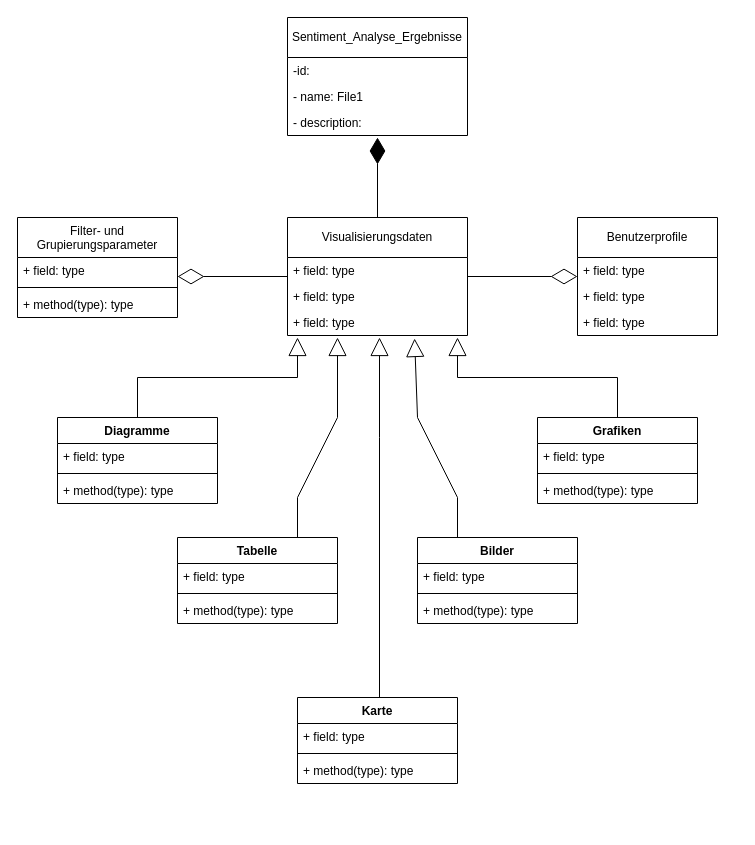
Above: Unbenanntes Diagramm.drawio in AniytaK/hello-world (draw.io), before the change. Source tidied: cells renumbered, new cells numbered last; positions are measured from the earlier drawing's top-left corner, leaving out a move shared by most shapes. Both pictures are drawn from the tidied source at 100%, with x=0, y=0 at pixel (17, 17).
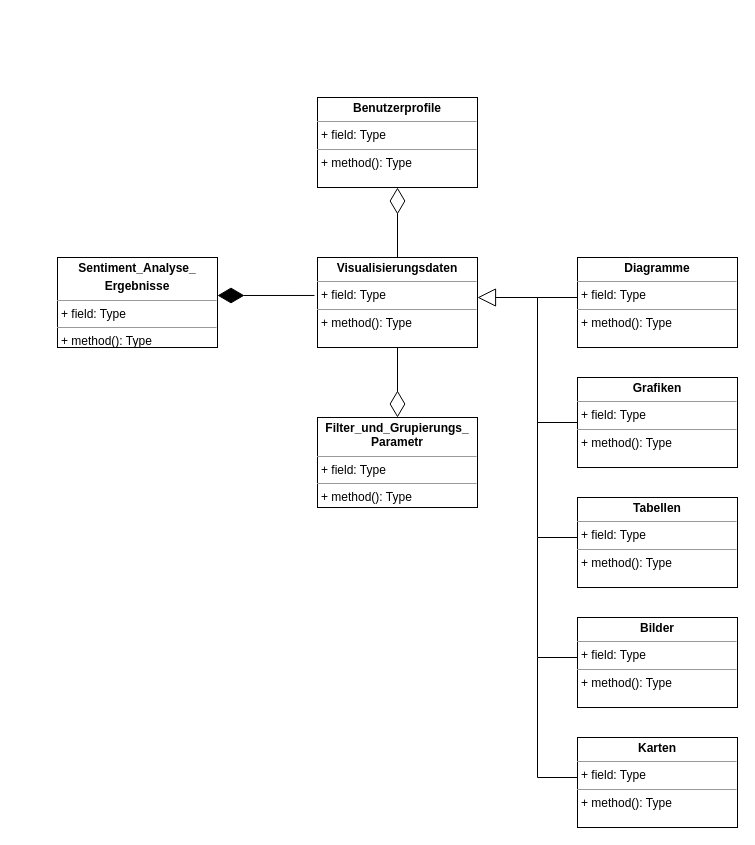
The same diagram, later.

The edit, as a diff of the source:
```diff
@@
-    <mxCell id="2" value="Visualisierungsdaten" style="swimlane;fontStyle=0;horizontal=1;startSize=40;fillColor=none;whiteSpace=wrap;html=1;" parent="1" vertex="1">
-      <mxGeometry x="270" y="200" width="180" height="118" as="geometry" />
-    </mxCell>
-    <mxCell id="3" value="+ field: type" style="text;strokeColor=none;fillColor=none;align=left;verticalAlign=top;spacingLeft=4;spacingRight=4;overflow=hidden;whiteSpace=wrap;html=1;" parent="2" vertex="1">
-      <mxGeometry y="40" width="180" height="26" as="geometry" />
-    </mxCell>
-    <mxCell id="4" value="+ field: type" style="text;strokeColor=none;fillColor=none;align=left;verticalAlign=top;spacingLeft=4;spacingRight=4;overflow=hidden;whiteSpace=wrap;html=1;" parent="2" vertex="1">
-      <mxGeometry y="66" width="180" height="26" as="geometry" />
-    </mxCell>
-    <mxCell id="5" value="+ field: type" style="text;strokeColor=none;fillColor=none;align=left;verticalAlign=top;spacingLeft=4;spacingRight=4;overflow=hidden;points=[[0,0.5],[1,0.5]];portConstraint=eastwest;whiteSpace=wrap;html=1;" parent="2" vertex="1">
-      <mxGeometry y="92" width="180" height="26" as="geometry" />
-    </mxCell>
-    <mxCell id="6" value="Sentiment_Analyse_Ergebnisse" style="swimlane;fontStyle=0;horizontal=1;startSize=40;fillColor=none;whiteSpace=wrap;html=1;" parent="1" vertex="1">
-      <mxGeometry x="270" width="180" height="118" as="geometry" />
-    </mxCell>
-    <mxCell id="7" value="-id:" style="text;strokeColor=none;fillColor=none;align=left;verticalAlign=top;spacingLeft=4;spacingRight=4;overflow=hidden;whiteSpace=wrap;html=1;" parent="6" vertex="1">
-      <mxGeometry y="40" width="180" height="26" as="geometry" />
-    </mxCell>
-    <mxCell id="8" value="- name: File1" style="text;strokeColor=none;fillColor=none;align=left;verticalAlign=top;spacingLeft=4;spacingRight=4;overflow=hidden;whiteSpace=wrap;html=1;" parent="6" vertex="1">
-      <mxGeometry y="66" width="180" height="26" as="geometry" />
-    </mxCell>
-    <mxCell id="9" value="- description:&amp;nbsp;" style="text;strokeColor=none;fillColor=none;align=left;verticalAlign=top;spacingLeft=4;spacingRight=4;overflow=hidden;whiteSpace=wrap;html=1;" parent="6" vertex="1">
-      <mxGeometry y="92" width="180" height="26" as="geometry" />
-    </mxCell>
-    <mxCell id="10" value="Benutzerprofile" style="swimlane;fontStyle=0;horizontal=1;startSize=40;fillColor=none;whiteSpace=wrap;html=1;" parent="1" vertex="1">
-      <mxGeometry x="560" y="200" width="140" height="118" as="geometry" />
-    </mxCell>
-    <mxCell id="11" value="+ field: type" style="text;strokeColor=none;fillColor=none;align=left;verticalAlign=top;spacingLeft=4;spacingRight=4;overflow=hidden;whiteSpace=wrap;html=1;" parent="10" vertex="1">
-      <mxGeometry y="40" width="140" height="26" as="geometry" />
-    </mxCell>
-    <mxCell id="12" value="+ field: type" style="text;strokeColor=none;fillColor=none;align=left;verticalAlign=top;spacingLeft=4;spacingRight=4;overflow=hidden;whiteSpace=wrap;html=1;" parent="10" vertex="1">
-      <mxGeometry y="66" width="140" height="26" as="geometry" />
-    </mxCell>
-    <mxCell id="13" value="+ field: type" style="text;strokeColor=none;fillColor=none;align=left;verticalAlign=top;spacingLeft=4;spacingRight=4;overflow=hidden;whiteSpace=wrap;html=1;" parent="10" vertex="1">
-      <mxGeometry y="92" width="140" height="26" as="geometry" />
-    </mxCell>
-    <mxCell id="14" style="endArrow=diamondThin;endFill=1;endSize=24;html=1;rounded=0;" parent="1" edge="1">
-      <mxGeometry relative="1" as="geometry">
-        <mxPoint x="360" y="200" as="sourcePoint" />
-        <mxPoint x="360" y="120" as="targetPoint" />
-      </mxGeometry>
-    </mxCell>
-    <mxCell id="15" style="endArrow=diamondThin;endFill=0;endSize=24;html=1;rounded=0;" parent="1" edge="1">
-      <mxGeometry relative="1" as="geometry">
-        <mxPoint x="450" y="259" as="sourcePoint" />
-        <mxPoint x="560" y="259" as="targetPoint" />
-      </mxGeometry>
-    </mxCell>
-    <mxCell id="16" value="&lt;span style=&quot;font-weight: normal;&quot;&gt;Filter- und Grupierungsparameter&lt;/span&gt;" style="swimlane;fontStyle=1;align=center;verticalAlign=top;horizontal=1;startSize=40;whiteSpace=wrap;html=1;" parent="1" vertex="1">
-      <mxGeometry y="200" width="160" height="100" as="geometry" />
-    </mxCell>
-    <mxCell id="17" value="+ field: type" style="text;strokeColor=none;fillColor=none;align=left;verticalAlign=top;spacingLeft=4;spacingRight=4;overflow=hidden;whiteSpace=wrap;html=1;" parent="16" vertex="1">
-      <mxGeometry y="40" width="160" height="26" as="geometry" />
-    </mxCell>
-    <mxCell id="18" style="line;strokeWidth=1;fillColor=none;align=left;verticalAlign=middle;spacingTop=-1;spacingLeft=3;spacingRight=3;labelPosition=right;strokeColor=inherit;" parent="16" vertex="1">
-      <mxGeometry y="66" width="160" height="8" as="geometry" />
-    </mxCell>
-    <mxCell id="19" value="+ method(type): type" style="text;strokeColor=none;fillColor=none;align=left;verticalAlign=top;spacingLeft=4;spacingRight=4;overflow=hidden;whiteSpace=wrap;html=1;" parent="16" vertex="1">
-      <mxGeometry y="74" width="160" height="26" as="geometry" />
-    </mxCell>
-    <mxCell id="20" value="Diagramme" style="swimlane;fontStyle=1;align=center;verticalAlign=top;horizontal=1;startSize=26;whiteSpace=wrap;html=1;" parent="1" vertex="1">
-      <mxGeometry x="40" y="400" width="160" height="86" as="geometry" />
-    </mxCell>
-    <mxCell id="21" value="+ field: type" style="text;strokeColor=none;fillColor=none;align=left;verticalAlign=top;spacingLeft=4;spacingRight=4;overflow=hidden;whiteSpace=wrap;html=1;" parent="20" vertex="1">
-      <mxGeometry y="26" width="160" height="26" as="geometry" />
-    </mxCell>
-    <mxCell id="22" style="line;strokeWidth=1;fillColor=none;align=left;verticalAlign=middle;spacingTop=-1;spacingLeft=3;spacingRight=3;labelPosition=right;strokeColor=inherit;" parent="20" vertex="1">
-      <mxGeometry y="52" width="160" height="8" as="geometry" />
-    </mxCell>
-    <mxCell id="23" value="+ method(type): type" style="text;strokeColor=none;fillColor=none;align=left;verticalAlign=top;spacingLeft=4;spacingRight=4;overflow=hidden;whiteSpace=wrap;html=1;" parent="20" vertex="1">
-      <mxGeometry y="60" width="160" height="26" as="geometry" />
-    </mxCell>
-    <mxCell id="24" value="Tabelle" style="swimlane;fontStyle=1;align=center;verticalAlign=top;horizontal=1;startSize=26;whiteSpace=wrap;html=1;" parent="1" vertex="1">
-      <mxGeometry x="160" y="520" width="160" height="86" as="geometry" />
-    </mxCell>
-    <mxCell id="25" value="+ field: type" style="text;strokeColor=none;fillColor=none;align=left;verticalAlign=top;spacingLeft=4;spacingRight=4;overflow=hidden;whiteSpace=wrap;html=1;" parent="24" vertex="1">
-      <mxGeometry y="26" width="160" height="26" as="geometry" />
-    </mxCell>
-    <mxCell id="26" style="line;strokeWidth=1;fillColor=none;align=left;verticalAlign=middle;spacingTop=-1;spacingLeft=3;spacingRight=3;labelPosition=right;strokeColor=inherit;" parent="24" vertex="1">
-      <mxGeometry y="52" width="160" height="8" as="geometry" />
-    </mxCell>
-    <mxCell id="27" value="+ method(type): type" style="text;strokeColor=none;fillColor=none;align=left;verticalAlign=top;spacingLeft=4;spacingRight=4;overflow=hidden;whiteSpace=wrap;html=1;" parent="24" vertex="1">
-      <mxGeometry y="60" width="160" height="26" as="geometry" />
-    </mxCell>
-    <mxCell id="28" style="endArrow=diamondThin;endFill=0;endSize=24;html=1;rounded=0;exitX=0;exitY=0.5;exitDx=0;exitDy=0;" parent="1" edge="1" source="2">
-      <mxGeometry relative="1" as="geometry">
-        <mxPoint x="160" y="259" as="targetPoint" />
-      </mxGeometry>
-    </mxCell>
-    <mxCell id="29" style="endArrow=block;endSize=16;endFill=0;html=1;rounded=0;exitX=0.5;exitY=0;exitDx=0;exitDy=0;" parent="1" edge="1" source="20">
-      <mxGeometry x="-0.81" y="30" relative="1" as="geometry">
-        <mxPoint x="280" y="320" as="targetPoint" />
-        <Array as="points">
-          <mxPoint x="120" y="360" />
-          <mxPoint x="280" y="360" />
-        </Array>
-      </mxGeometry>
-    </mxCell>
-    <mxCell id="30" style="endArrow=block;endSize=16;endFill=0;html=1;rounded=0;exitX=0.75;exitY=0;exitDx=0;exitDy=0;" parent="1" edge="1" source="24">
-      <mxGeometry x="-0.81" y="30" relative="1" as="geometry">
-        <mxPoint x="320" y="320" as="targetPoint" />
-        <Array as="points">
-          <mxPoint x="280" y="480" />
-          <mxPoint x="320" y="400" />
-        </Array>
-      </mxGeometry>
-    </mxCell>
-    <mxCell id="31" value="Bilder" style="swimlane;fontStyle=1;align=center;verticalAlign=top;horizontal=1;startSize=26;whiteSpace=wrap;html=1;" parent="1" vertex="1">
-      <mxGeometry x="400" y="520" width="160" height="86" as="geometry" />
-    </mxCell>
-    <mxCell id="32" value="+ field: type" style="text;strokeColor=none;fillColor=none;align=left;verticalAlign=top;spacingLeft=4;spacingRight=4;overflow=hidden;whiteSpace=wrap;html=1;" parent="31" vertex="1">
-      <mxGeometry y="26" width="160" height="26" as="geometry" />
-    </mxCell>
-    <mxCell id="33" style="line;strokeWidth=1;fillColor=none;align=left;verticalAlign=middle;spacingTop=-1;spacingLeft=3;spacingRight=3;labelPosition=right;strokeColor=inherit;" parent="31" vertex="1">
-      <mxGeometry y="52" width="160" height="8" as="geometry" />
-    </mxCell>
-    <mxCell id="34" value="+ method(type): type" style="text;strokeColor=none;fillColor=none;align=left;verticalAlign=top;spacingLeft=4;spacingRight=4;overflow=hidden;whiteSpace=wrap;html=1;" parent="31" vertex="1">
-      <mxGeometry y="60" width="160" height="26" as="geometry" />
-    </mxCell>
-    <mxCell id="35" style="endArrow=block;endSize=16;endFill=0;html=1;rounded=0;entryX=0.706;entryY=1.115;entryDx=0;entryDy=0;entryPerimeter=0;exitX=0.25;exitY=0;exitDx=0;exitDy=0;" parent="1" edge="1" source="31" target="5">
-      <mxGeometry x="-0.81" y="30" relative="1" as="geometry">
-        <Array as="points">
-          <mxPoint x="440" y="480" />
-          <mxPoint x="400" y="400" />
-        </Array>
-      </mxGeometry>
-    </mxCell>
-    <mxCell id="36" value="Grafiken" style="swimlane;fontStyle=1;align=center;verticalAlign=top;horizontal=1;startSize=26;whiteSpace=wrap;html=1;" parent="1" vertex="1">
-      <mxGeometry x="520" y="400" width="160" height="86" as="geometry" />
-    </mxCell>
-    <mxCell id="37" value="+ field: type" style="text;strokeColor=none;fillColor=none;align=left;verticalAlign=top;spacingLeft=4;spacingRight=4;overflow=hidden;whiteSpace=wrap;html=1;" parent="36" vertex="1">
-      <mxGeometry y="26" width="160" height="26" as="geometry" />
-    </mxCell>
-    <mxCell id="38" style="line;strokeWidth=1;fillColor=none;align=left;verticalAlign=middle;spacingTop=-1;spacingLeft=3;spacingRight=3;labelPosition=right;strokeColor=inherit;" parent="36" vertex="1">
-      <mxGeometry y="52" width="160" height="8" as="geometry" />
-    </mxCell>
-    <mxCell id="39" value="+ method(type): type" style="text;strokeColor=none;fillColor=none;align=left;verticalAlign=top;spacingLeft=4;spacingRight=4;overflow=hidden;whiteSpace=wrap;html=1;" parent="36" vertex="1">
-      <mxGeometry y="60" width="160" height="26" as="geometry" />
-    </mxCell>
-    <mxCell id="40" style="endArrow=block;endSize=16;endFill=0;html=1;rounded=0;exitX=0.5;exitY=0;exitDx=0;exitDy=0;" parent="1" edge="1" source="36">
-      <mxGeometry x="-0.81" y="30" relative="1" as="geometry">
-        <mxPoint x="440" y="320" as="targetPoint" />
-        <Array as="points">
-          <mxPoint x="600" y="360" />
-          <mxPoint x="440" y="360" />
-        </Array>
-      </mxGeometry>
-    </mxCell>
-    <mxCell id="41" style="endArrow=block;endSize=16;endFill=0;html=1;rounded=0;" parent="1" edge="1">
-      <mxGeometry x="-0.81" y="30" relative="1" as="geometry">
-        <mxPoint x="362" y="680" as="sourcePoint" />
-        <mxPoint x="362" y="320" as="targetPoint" />
-        <Array as="points">
-          <mxPoint x="362" y="420" />
-        </Array>
-      </mxGeometry>
-    </mxCell>
-    <mxCell id="42" value="Karte" style="swimlane;fontStyle=1;align=center;verticalAlign=top;horizontal=1;startSize=26;whiteSpace=wrap;html=1;" parent="1" vertex="1">
-      <mxGeometry x="280" y="680" width="160" height="86" as="geometry" />
-    </mxCell>
-    <mxCell id="43" value="+ field: type" style="text;strokeColor=none;fillColor=none;align=left;verticalAlign=top;spacingLeft=4;spacingRight=4;overflow=hidden;whiteSpace=wrap;html=1;" parent="42" vertex="1">
-      <mxGeometry y="26" width="160" height="26" as="geometry" />
-    </mxCell>
-    <mxCell id="44" style="line;strokeWidth=1;fillColor=none;align=left;verticalAlign=middle;spacingTop=-1;spacingLeft=3;spacingRight=3;labelPosition=right;strokeColor=inherit;" parent="42" vertex="1">
-      <mxGeometry y="52" width="160" height="8" as="geometry" />
-    </mxCell>
-    <mxCell id="45" value="+ method(type): type" style="text;strokeColor=none;fillColor=none;align=left;verticalAlign=top;spacingLeft=4;spacingRight=4;overflow=hidden;whiteSpace=wrap;html=1;" parent="42" vertex="1">
-      <mxGeometry y="60" width="160" height="26" as="geometry" />
-    </mxCell>
+    <mxCell id="46" value="&lt;p style=&quot;margin:0px;margin-top:4px;text-align:center;&quot;&gt;&lt;b&gt;Grafiken&lt;/b&gt;&lt;/p&gt;&lt;hr size=&quot;1&quot;&gt;&lt;p style=&quot;margin:0px;margin-left:4px;&quot;&gt;+ field: Type&lt;/p&gt;&lt;hr size=&quot;1&quot;&gt;&lt;p style=&quot;margin:0px;margin-left:4px;&quot;&gt;+ method(): Type&lt;/p&gt;" style="verticalAlign=top;align=left;overflow=fill;fontSize=12;fontFamily=Helvetica;html=1;whiteSpace=wrap;" parent="1" vertex="1">
+      <mxGeometry x="560" y="360" width="160" height="90" as="geometry" />
+    </mxCell>
+    <mxCell id="47" value="&lt;p style=&quot;margin:0px;margin-top:4px;text-align:center;&quot;&gt;&lt;b&gt;Diagramme&lt;/b&gt;&lt;/p&gt;&lt;hr size=&quot;1&quot;&gt;&lt;p style=&quot;margin:0px;margin-left:4px;&quot;&gt;+ field: Type&lt;/p&gt;&lt;hr size=&quot;1&quot;&gt;&lt;p style=&quot;margin:0px;margin-left:4px;&quot;&gt;+ method(): Type&lt;/p&gt;" style="verticalAlign=top;align=left;overflow=fill;fontSize=12;fontFamily=Helvetica;html=1;whiteSpace=wrap;" parent="1" vertex="1">
+      <mxGeometry x="560" y="240" width="160" height="90" as="geometry" />
+    </mxCell>
+    <mxCell id="48" value="&lt;p style=&quot;margin:0px;margin-top:4px;text-align:center;&quot;&gt;&lt;b&gt;Tabellen&lt;/b&gt;&lt;/p&gt;&lt;hr size=&quot;1&quot;&gt;&lt;p style=&quot;margin:0px;margin-left:4px;&quot;&gt;+ field: Type&lt;/p&gt;&lt;hr size=&quot;1&quot;&gt;&lt;p style=&quot;margin:0px;margin-left:4px;&quot;&gt;+ method(): Type&lt;/p&gt;" style="verticalAlign=top;align=left;overflow=fill;fontSize=12;fontFamily=Helvetica;html=1;whiteSpace=wrap;" parent="1" vertex="1">
+      <mxGeometry x="560" y="480" width="160" height="90" as="geometry" />
+    </mxCell>
+    <mxCell id="49" value="&lt;p style=&quot;margin:0px;margin-top:4px;text-align:center;&quot;&gt;&lt;b&gt;Bilder&lt;/b&gt;&lt;/p&gt;&lt;hr size=&quot;1&quot;&gt;&lt;p style=&quot;margin:0px;margin-left:4px;&quot;&gt;+ field: Type&lt;/p&gt;&lt;hr size=&quot;1&quot;&gt;&lt;p style=&quot;margin:0px;margin-left:4px;&quot;&gt;+ method(): Type&lt;/p&gt;" style="verticalAlign=top;align=left;overflow=fill;fontSize=12;fontFamily=Helvetica;html=1;whiteSpace=wrap;" parent="1" vertex="1">
+      <mxGeometry x="560" y="600" width="160" height="90" as="geometry" />
+    </mxCell>
+    <mxCell id="50" value="&lt;p style=&quot;margin:0px;margin-top:4px;text-align:center;&quot;&gt;&lt;b&gt;Karten&lt;/b&gt;&lt;/p&gt;&lt;hr size=&quot;1&quot;&gt;&lt;p style=&quot;margin:0px;margin-left:4px;&quot;&gt;+ field: Type&lt;/p&gt;&lt;hr size=&quot;1&quot;&gt;&lt;p style=&quot;margin:0px;margin-left:4px;&quot;&gt;+ method(): Type&lt;/p&gt;" style="verticalAlign=top;align=left;overflow=fill;fontSize=12;fontFamily=Helvetica;html=1;whiteSpace=wrap;" parent="1" vertex="1">
+      <mxGeometry x="560" y="720" width="160" height="90" as="geometry" />
+    </mxCell>
+    <mxCell id="51" style="endArrow=block;endSize=16;endFill=0;html=1;rounded=0;" parent="1" edge="1">
+      <mxGeometry x="1" y="192" relative="1" as="geometry">
+        <mxPoint x="560" y="280" as="sourcePoint" />
+        <mxPoint x="460" y="280" as="targetPoint" />
+        <mxPoint x="-120" y="-42" as="offset" />
+      </mxGeometry>
+    </mxCell>
+    <mxCell id="52" style="endArrow=none;html=1;rounded=0;exitX=0;exitY=0.5;exitDx=0;exitDy=0;" parent="1" edge="1" source="46">
+      <mxGeometry relative="1" as="geometry">
+        <mxPoint x="520" y="280" as="targetPoint" />
+        <Array as="points">
+          <mxPoint x="520" y="405" />
+        </Array>
+      </mxGeometry>
+    </mxCell>
+    <mxCell id="53" style="endArrow=none;html=1;rounded=0;" parent="1" edge="1">
+      <mxGeometry relative="1" as="geometry">
+        <mxPoint x="560" y="520" as="sourcePoint" />
+        <mxPoint x="520" y="400" as="targetPoint" />
+        <Array as="points">
+          <mxPoint x="520" y="520" />
+        </Array>
+      </mxGeometry>
+    </mxCell>
+    <mxCell id="54" style="endArrow=none;html=1;rounded=0;" parent="1" edge="1">
+      <mxGeometry relative="1" as="geometry">
+        <mxPoint x="560" y="640" as="sourcePoint" />
+        <mxPoint x="520" y="520" as="targetPoint" />
+        <Array as="points">
+          <mxPoint x="520" y="640" />
+        </Array>
+      </mxGeometry>
+    </mxCell>
+    <mxCell id="55" style="endArrow=none;html=1;rounded=0;" parent="1" edge="1">
+      <mxGeometry relative="1" as="geometry">
+        <mxPoint x="560" y="760" as="sourcePoint" />
+        <mxPoint x="520" y="640" as="targetPoint" />
+        <Array as="points">
+          <mxPoint x="520" y="760" />
+        </Array>
+      </mxGeometry>
+    </mxCell>
+    <mxCell id="56" value="&lt;p style=&quot;margin:0px;margin-top:4px;text-align:center;&quot;&gt;&lt;b&gt;Benutzerprofile&lt;/b&gt;&lt;/p&gt;&lt;hr size=&quot;1&quot;&gt;&lt;p style=&quot;margin:0px;margin-left:4px;&quot;&gt;+ field: Type&lt;/p&gt;&lt;hr size=&quot;1&quot;&gt;&lt;p style=&quot;margin:0px;margin-left:4px;&quot;&gt;+ method(): Type&lt;/p&gt;" style="verticalAlign=top;align=left;overflow=fill;fontSize=12;fontFamily=Helvetica;html=1;whiteSpace=wrap;" parent="1" vertex="1">
+      <mxGeometry x="300" y="80" width="160" height="90" as="geometry" />
+    </mxCell>
+    <mxCell id="57" style="endArrow=diamondThin;endFill=0;endSize=24;html=1;rounded=0;exitX=0.5;exitY=0;exitDx=0;exitDy=0;entryX=0.5;entryY=1;entryDx=0;entryDy=0;" parent="1" edge="1" source="63" target="56">
+      <mxGeometry relative="1" as="geometry" />
+    </mxCell>
+    <mxCell id="58" value="&lt;p style=&quot;margin:0px;margin-top:4px;text-align:center;&quot;&gt;&lt;b&gt;Sentiment_Analyse_&lt;/b&gt;&lt;/p&gt;&lt;p style=&quot;margin:0px;margin-top:4px;text-align:center;&quot;&gt;&lt;b&gt;Ergebnisse&lt;/b&gt;&lt;/p&gt;&lt;hr size=&quot;1&quot;&gt;&lt;p style=&quot;margin:0px;margin-left:4px;&quot;&gt;+ field: Type&lt;/p&gt;&lt;hr size=&quot;1&quot;&gt;&lt;p style=&quot;margin:0px;margin-left:4px;&quot;&gt;+ method(): Type&lt;/p&gt;" style="verticalAlign=top;align=left;overflow=fill;fontSize=12;fontFamily=Helvetica;html=1;whiteSpace=wrap;" parent="1" vertex="1">
+      <mxGeometry x="40" y="240" width="160" height="90" as="geometry" />
+    </mxCell>
+    <mxCell id="59" style="endArrow=diamondThin;endFill=1;endSize=24;html=1;rounded=0;exitX=-0.019;exitY=0.422;exitDx=0;exitDy=0;exitPerimeter=0;" parent="1" edge="1" source="63">
+      <mxGeometry relative="1" as="geometry">
+        <mxPoint x="200" y="278" as="targetPoint" />
+      </mxGeometry>
+    </mxCell>
+    <mxCell id="60" value="&lt;p style=&quot;margin:0px;margin-top:4px;text-align:center;&quot;&gt;&lt;b&gt;Filter_und_Grupierungs_ Parametr&lt;/b&gt;&lt;/p&gt;&lt;hr size=&quot;1&quot;&gt;&lt;p style=&quot;margin:0px;margin-left:4px;&quot;&gt;+ field: Type&lt;/p&gt;&lt;hr size=&quot;1&quot;&gt;&lt;p style=&quot;margin:0px;margin-left:4px;&quot;&gt;+ method(): Type&lt;/p&gt;" style="verticalAlign=top;align=left;overflow=fill;fontSize=12;fontFamily=Helvetica;html=1;whiteSpace=wrap;" parent="1" vertex="1">
+      <mxGeometry x="300" y="400" width="160" height="90" as="geometry" />
+    </mxCell>
+    <mxCell id="61" style="endArrow=diamondThin;endFill=0;endSize=24;html=1;rounded=0;entryX=0.5;entryY=0;entryDx=0;entryDy=0;exitX=0.5;exitY=1;exitDx=0;exitDy=0;" parent="1" edge="1" source="63" target="60">
+      <mxGeometry relative="1" as="geometry" />
+    </mxCell>
+    <mxCell id="62" style="endArrow=diamondThin;endFill=0;endSize=24;html=1;rounded=0;exitX=0.5;exitY=0;exitDx=0;exitDy=0;entryX=0.5;entryY=1;entryDx=0;entryDy=0;" parent="1" edge="1" target="63">
+      <mxGeometry relative="1" as="geometry">
+        <mxPoint x="390" y="250" as="sourcePoint" />
+      </mxGeometry>
+    </mxCell>
+    <mxCell id="63" value="&lt;p style=&quot;margin:0px;margin-top:4px;text-align:center;&quot;&gt;&lt;b&gt;Visualisierungsdaten&lt;/b&gt;&lt;/p&gt;&lt;hr size=&quot;1&quot;&gt;&lt;p style=&quot;margin:0px;margin-left:4px;&quot;&gt;+ field: Type&lt;/p&gt;&lt;hr size=&quot;1&quot;&gt;&lt;p style=&quot;margin:0px;margin-left:4px;&quot;&gt;+ method(): Type&lt;/p&gt;" style="verticalAlign=top;align=left;overflow=fill;fontSize=12;fontFamily=Helvetica;html=1;whiteSpace=wrap;" parent="1" vertex="1">
+      <mxGeometry x="300" y="240" width="160" height="90" as="geometry" />
+    </mxCell>
```
